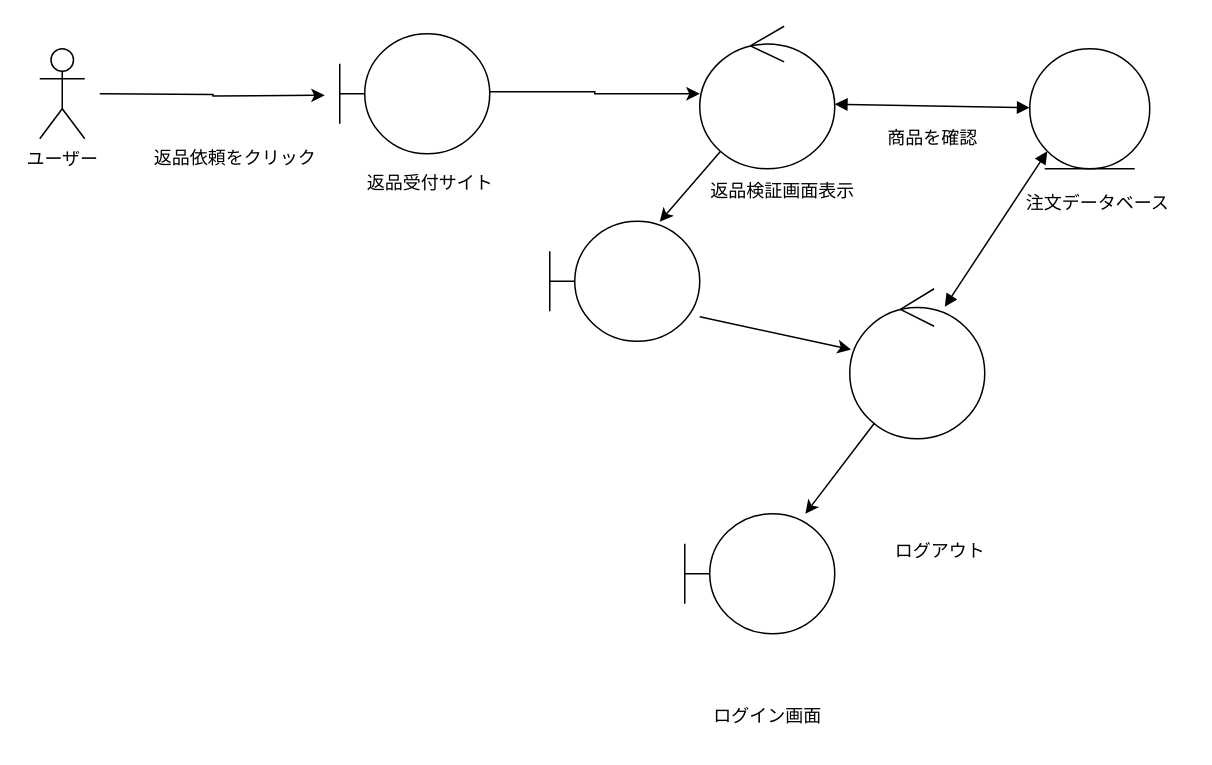
Earlier version of the draw.io diagram BBshop/analysis_09.drawio (ghbuser12/ohara_uml). Source tidied: cells renumbered, new cells numbered last; positions are measured from the earlier drawing's top-left corner, leaving out a move shared by most shapes. Both pictures are drawn from the tidied source at 150%, with x=0, y=0 at pixel (39, 26).
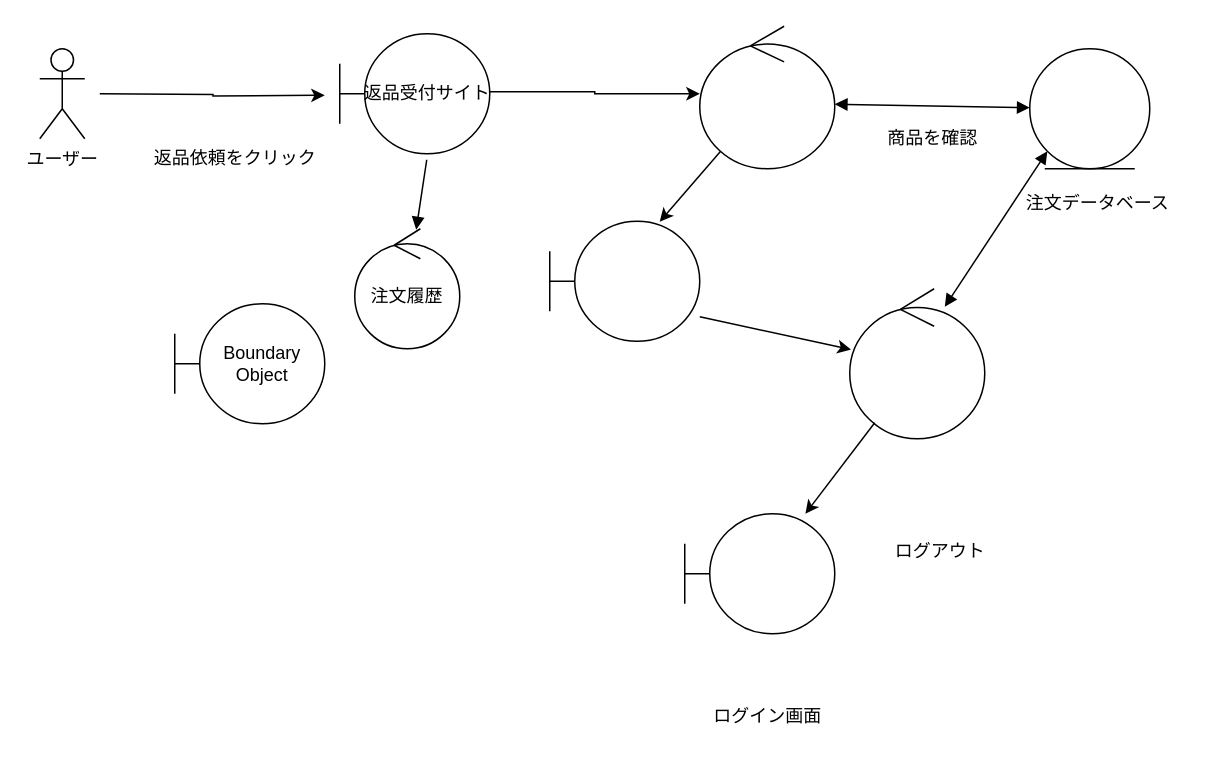
The same page after the edit.

The edit, as a diff of the source:
```diff
@@
-    <mxCell id="4" style="shape=umlBoundary;whiteSpace=wrap;html=1;" parent="1" vertex="1">
+    <mxCell id="4" value="&lt;span style=&quot;color: rgb(0, 0, 0); text-wrap-mode: nowrap;&quot;&gt;返品受付サイト&lt;/span&gt;" style="shape=umlBoundary;whiteSpace=wrap;html=1;" parent="1" vertex="1">
       <mxGeometry x="200" y="5" width="100" height="80" as="geometry" />
     </mxCell>
-    <mxCell id="5" value="返品受付サイト" style="text;html=1;align=center;verticalAlign=middle;strokeColor=none;fillColor=none;" parent="1" vertex="1">
-      <mxGeometry x="205" y="90" width="110" height="30" as="geometry" />
-    </mxCell>
@@
-    <mxCell id="8" value="返品検証画面表示" style="text;html=1;align=center;verticalAlign=middle;strokeColor=none;fillColor=none;" parent="1" vertex="1">
-      <mxGeometry x="435" y="95" width="120" height="30" as="geometry" />
-    </mxCell>
@@
+    <mxCell id="23" value="&lt;span style=&quot;color: rgb(0, 0, 0); text-wrap-mode: nowrap;&quot;&gt;注文履歴&lt;/span&gt;" style="ellipse;shape=umlControl;whiteSpace=wrap;html=1;" parent="1" vertex="1">
+      <mxGeometry x="210" y="135" width="70" height="80" as="geometry" />
+    </mxCell>
+    <mxCell id="24" value="Boundary Object" style="shape=umlBoundary;whiteSpace=wrap;html=1;" parent="1" vertex="1">
+      <mxGeometry x="90" y="185" width="100" height="80" as="geometry" />
+    </mxCell>
+    <mxCell id="25" style="html=1;verticalAlign=bottom;endArrow=block;curved=0;rounded=0;exitX=0.58;exitY=1.05;exitDx=0;exitDy=0;exitPerimeter=0;" parent="1" edge="1" source="4" target="23">
+      <mxGeometry relative="1" as="geometry" />
+    </mxCell>
```
